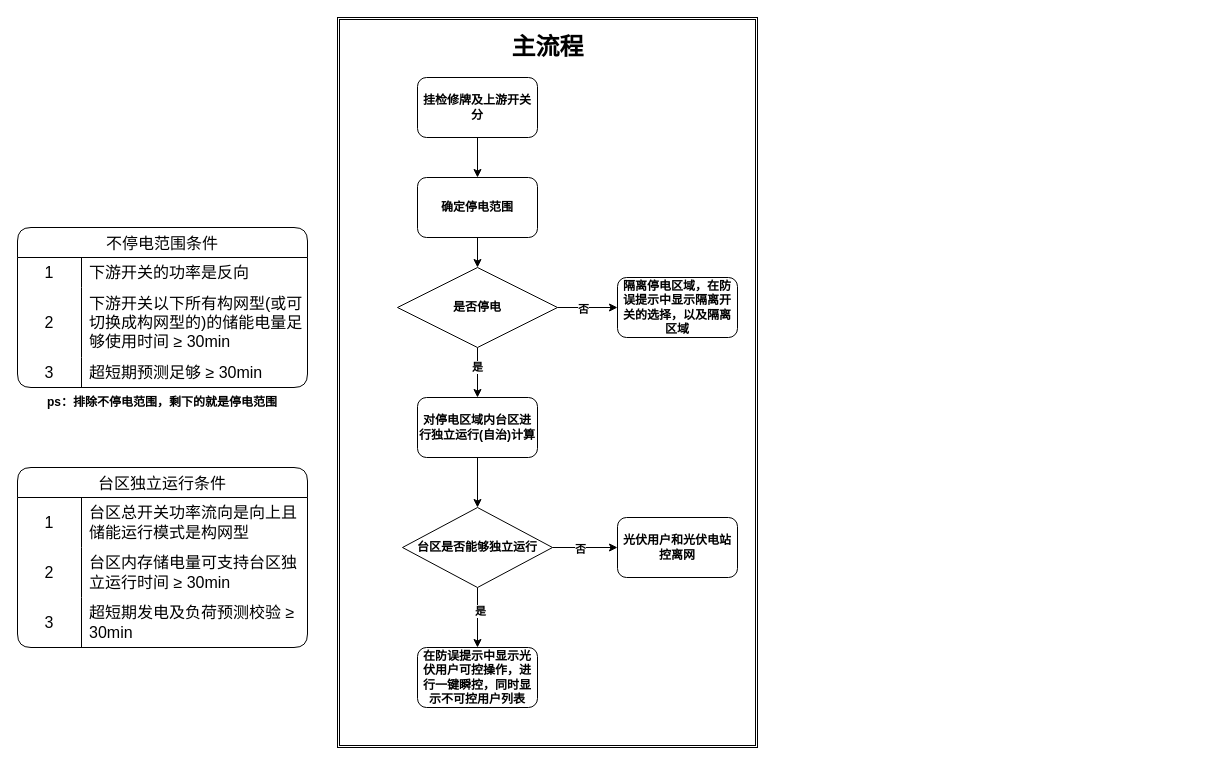
father-liang/draw.io keeps this draw.io diagram as 分布式光伏接入的操作控制防误.drawio. Above is the earlier version. Source tidied: cells renumbered, new cells numbered last; positions are measured from the earlier drawing's top-left corner, leaving out a move shared by most shapes. Both pictures are drawn from the tidied source at 100%, with x=0, y=0 at pixel (17, 17).
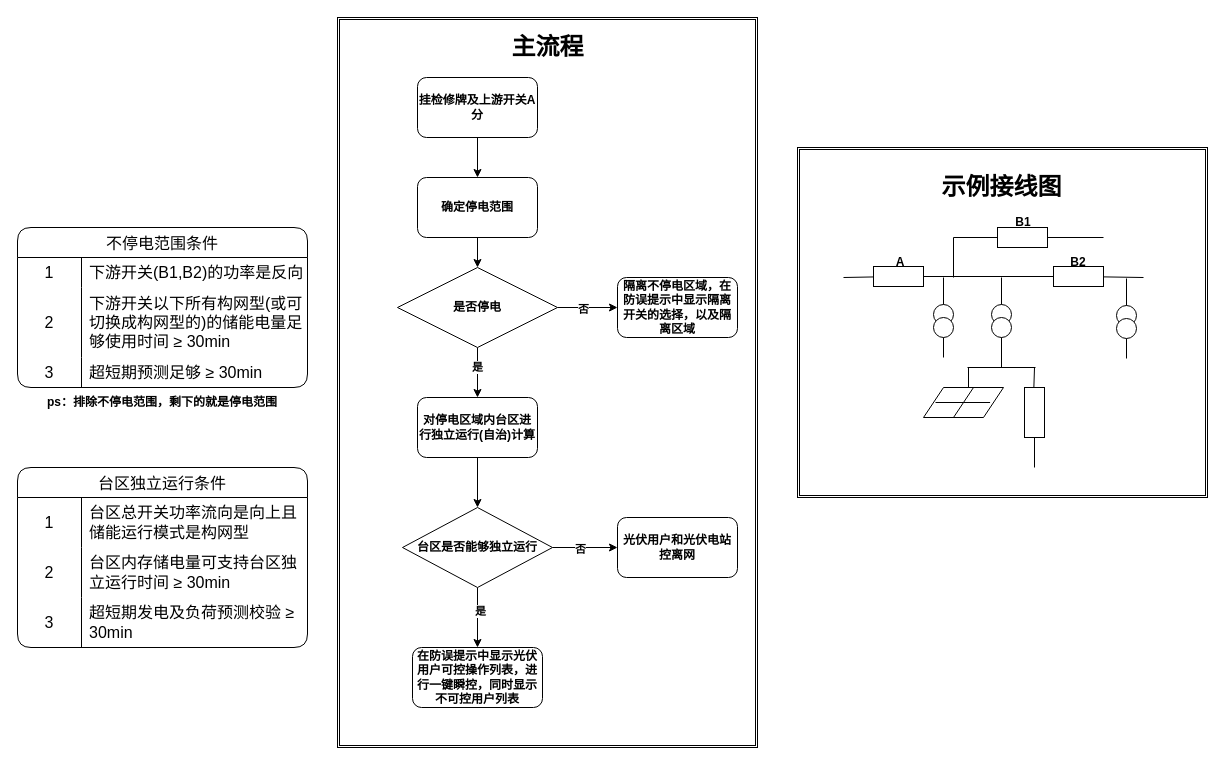
Above is the later version.

Commit message:
更新分布式光伏接入的操作控制防误.drawio

The change refers to these unchanged cells:
```xml
<mxCell id="23" style="shape=tableRow;horizontal=0;startSize=0;swimlaneHead=0;swimlaneBody=0;top=0;left=0;bottom=0;right=0;fillColor=none;strokeColor=inherit;fontSize=16;" parent="22" vertex="1">
  <mxGeometry y="30" width="290" height="30" as="geometry" />
</mxCell>
```

Change to the diagram source:
```diff
@@
+    <mxCell id="44" style="shape=ext;double=1;rounded=0;whiteSpace=wrap;html=1;fontStyle=1;" parent="1" vertex="1">
+      <mxGeometry x="780" y="130" width="410" height="350" as="geometry" />
+    </mxCell>
@@
-    <mxCell id="4" value="&lt;span&gt;挂检修牌及上游开关分&lt;/span&gt;" style="rounded=1;whiteSpace=wrap;html=1;fontStyle=1;" parent="1" vertex="1">
+    <mxCell id="4" value="&lt;span&gt;挂检修牌及上游开关A分&lt;/span&gt;" style="rounded=1;whiteSpace=wrap;html=1;fontStyle=1;" parent="1" vertex="1">
       <mxGeometry x="400" y="60" width="120" height="60" as="geometry" />
     </mxCell>
@@
-    <mxCell id="12" value="隔离停电区域，在防误提示中显示隔离开关的选择，以及隔离区域" style="whiteSpace=wrap;html=1;rounded=1;fontStyle=1;" parent="1" vertex="1">
+    <mxCell id="12" value="隔离不停电区域，在防误提示中显示隔离开关的选择，以及隔离区域" style="whiteSpace=wrap;html=1;rounded=1;fontStyle=1;" parent="1" vertex="1">
       <mxGeometry x="600" y="260" width="120" height="60" as="geometry" />
     </mxCell>
@@
-    <mxCell id="21" value="在防误提示中显示光伏用户可控操作，进行一键瞬控，同时显示不可控用户列表" style="whiteSpace=wrap;html=1;rounded=1;fontStyle=1;" parent="1" vertex="1">
-      <mxGeometry x="400" y="630" width="120" height="60" as="geometry" />
+    <mxCell id="21" value="在防误提示中显示光伏用户可控操作列表，进行一键瞬控，同时显示不可控用户列表" style="whiteSpace=wrap;html=1;rounded=1;fontStyle=1;" parent="1" vertex="1">
+      <mxGeometry x="395" y="630" width="130" height="60" as="geometry" />
     </mxCell>
@@
-    <mxCell id="25" value="下游开关的功率是反向" style="shape=partialRectangle;html=1;whiteSpace=wrap;fillColor=none;top=0;left=0;bottom=0;right=0;align=left;spacingLeft=6;overflow=hidden;strokeColor=inherit;fontSize=16;" parent="23" vertex="1">
+    <mxCell id="25" value="下游开关(B1,B2)的功率是反向" style="shape=partialRectangle;html=1;whiteSpace=wrap;fillColor=none;top=0;left=0;bottom=0;right=0;align=left;spacingLeft=6;overflow=hidden;strokeColor=inherit;fontSize=16;" parent="23" vertex="1">
       <mxGeometry x="64" width="226" height="30" as="geometry" />
     </mxCell>
@@
+    <mxCell id="45" style="endArrow=none;html=1;rounded=0;" parent="1" edge="1" source="49">
+      <mxGeometry relative="1" as="geometry">
+        <mxPoint x="1126" y="260" as="targetPoint" />
+      </mxGeometry>
+    </mxCell>
+    <mxCell id="46" style="endArrow=none;html=1;rounded=0;" parent="1" edge="1" target="47">
+      <mxGeometry relative="1" as="geometry">
+        <mxPoint x="826" y="260" as="sourcePoint" />
+      </mxGeometry>
+    </mxCell>
+    <mxCell id="47" style="rounded=0;whiteSpace=wrap;html=1;" parent="1" vertex="1">
+      <mxGeometry x="856" y="249" width="50" height="20" as="geometry" />
+    </mxCell>
+    <mxCell id="48" style="endArrow=none;html=1;rounded=0;" parent="1" edge="1" source="47" target="49">
+      <mxGeometry relative="1" as="geometry" />
+    </mxCell>
+    <mxCell id="49" style="rounded=0;whiteSpace=wrap;html=1;" parent="1" vertex="1">
+      <mxGeometry x="1036" y="249" width="50" height="20" as="geometry" />
+    </mxCell>
+    <mxCell id="50" style="endArrow=none;html=1;rounded=0;" parent="1" edge="1">
+      <mxGeometry relative="1" as="geometry">
+        <mxPoint x="936" y="260" as="sourcePoint" />
+        <mxPoint x="936" y="220" as="targetPoint" />
+      </mxGeometry>
+    </mxCell>
+    <mxCell id="51" style="endArrow=none;html=1;rounded=0;" parent="1" edge="1" source="53">
+      <mxGeometry relative="1" as="geometry">
+        <mxPoint x="1086" y="220" as="targetPoint" />
+      </mxGeometry>
+    </mxCell>
+    <mxCell id="52" style="endArrow=none;html=1;rounded=0;" parent="1" edge="1" target="53">
+      <mxGeometry relative="1" as="geometry">
+        <mxPoint x="936" y="220" as="sourcePoint" />
+      </mxGeometry>
+    </mxCell>
+    <mxCell id="53" style="rounded=0;whiteSpace=wrap;html=1;" parent="1" vertex="1">
+      <mxGeometry x="980" y="210" width="50" height="20" as="geometry" />
+    </mxCell>
+    <mxCell id="54" style="endArrow=none;html=1;rounded=0;" parent="1" edge="1">
+      <mxGeometry relative="1" as="geometry">
+        <mxPoint x="926" y="340" as="sourcePoint" />
+        <mxPoint x="926" y="260" as="targetPoint" />
+      </mxGeometry>
+    </mxCell>
+    <mxCell id="55" style="ellipse;whiteSpace=wrap;html=1;" parent="1" vertex="1">
+      <mxGeometry x="916" y="287" width="20" height="20" as="geometry" />
+    </mxCell>
+    <mxCell id="56" style="ellipse;whiteSpace=wrap;html=1;" parent="1" vertex="1">
+      <mxGeometry x="916" y="300" width="20" height="20" as="geometry" />
+    </mxCell>
+    <mxCell id="57" style="endArrow=none;html=1;rounded=0;" parent="1" edge="1">
+      <mxGeometry relative="1" as="geometry">
+        <mxPoint x="984" y="350" as="sourcePoint" />
+        <mxPoint x="984" y="260" as="targetPoint" />
+      </mxGeometry>
+    </mxCell>
+    <mxCell id="58" style="ellipse;whiteSpace=wrap;html=1;" parent="1" vertex="1">
+      <mxGeometry x="974" y="287" width="20" height="20" as="geometry" />
+    </mxCell>
+    <mxCell id="59" style="ellipse;whiteSpace=wrap;html=1;" parent="1" vertex="1">
+      <mxGeometry x="974" y="300" width="20" height="20" as="geometry" />
+    </mxCell>
+    <mxCell id="60" style="endArrow=none;html=1;rounded=0;" parent="1" edge="1">
+      <mxGeometry relative="1" as="geometry">
+        <mxPoint x="1109" y="341" as="sourcePoint" />
+        <mxPoint x="1109" y="261" as="targetPoint" />
+      </mxGeometry>
+    </mxCell>
+    <mxCell id="61" style="ellipse;whiteSpace=wrap;html=1;" parent="1" vertex="1">
+      <mxGeometry x="1099" y="288" width="20" height="20" as="geometry" />
+    </mxCell>
+    <mxCell id="62" style="ellipse;whiteSpace=wrap;html=1;" parent="1" vertex="1">
+      <mxGeometry x="1099" y="301" width="20" height="20" as="geometry" />
+    </mxCell>
+    <mxCell id="63" style="endArrow=none;html=1;rounded=0;" parent="1" edge="1">
+      <mxGeometry relative="1" as="geometry">
+        <mxPoint x="950" y="350" as="sourcePoint" />
+        <mxPoint x="1018" y="350" as="targetPoint" />
+      </mxGeometry>
+    </mxCell>
+    <mxCell id="64" style="endArrow=none;html=1;rounded=0;" parent="1" edge="1">
+      <mxGeometry relative="1" as="geometry">
+        <mxPoint x="951" y="370" as="sourcePoint" />
+        <mxPoint x="951" y="350" as="targetPoint" />
+      </mxGeometry>
+    </mxCell>
+    <mxCell id="65" style="endArrow=none;html=1;rounded=0;exitX=0.104;exitY=0.54;exitDx=0;exitDy=0;exitPerimeter=0;" parent="1" edge="1" source="67">
+      <mxGeometry relative="1" as="geometry">
+        <mxPoint x="1017" y="350" as="targetPoint" />
+      </mxGeometry>
+    </mxCell>
+    <mxCell id="66" style="endArrow=none;html=1;rounded=0;" parent="1" edge="1" target="67">
+      <mxGeometry relative="1" as="geometry">
+        <mxPoint x="1017" y="450" as="sourcePoint" />
+      </mxGeometry>
+    </mxCell>
+    <mxCell id="67" style="rounded=0;whiteSpace=wrap;html=1;direction=south;" parent="1" vertex="1">
+      <mxGeometry x="1007" y="370" width="20" height="50" as="geometry" />
+    </mxCell>
+    <mxCell id="68" style="shape=parallelogram;perimeter=parallelogramPerimeter;whiteSpace=wrap;html=1;fixedSize=1;" parent="1" vertex="1">
+      <mxGeometry x="906" y="370" width="80" height="30" as="geometry" />
+    </mxCell>
+    <mxCell id="69" style="endArrow=none;html=1;rounded=0;entryX=0.808;entryY=0.6;entryDx=0;entryDy=0;entryPerimeter=0;" parent="1" edge="1">
+      <mxGeometry relative="1" as="geometry">
+        <mxPoint x="918" y="385" as="sourcePoint" />
+        <mxPoint x="972.6" y="385" as="targetPoint" />
+      </mxGeometry>
+    </mxCell>
+    <mxCell id="70" style="endArrow=none;html=1;rounded=0;" parent="1" edge="1">
+      <mxGeometry relative="1" as="geometry">
+        <mxPoint x="936" y="400" as="sourcePoint" />
+        <mxPoint x="956" y="370" as="targetPoint" />
+      </mxGeometry>
+    </mxCell>
+    <mxCell id="71" value="&lt;b&gt;A&lt;/b&gt;" style="text;html=1;strokeColor=none;fillColor=none;align=center;verticalAlign=middle;whiteSpace=wrap;rounded=0;" parent="1" vertex="1">
+      <mxGeometry x="853" y="230" width="60" height="30" as="geometry" />
+    </mxCell>
+    <mxCell id="72" value="&lt;b&gt;B1&lt;/b&gt;" style="text;html=1;strokeColor=none;fillColor=none;align=center;verticalAlign=middle;whiteSpace=wrap;rounded=0;" parent="1" vertex="1">
+      <mxGeometry x="976" y="190" width="60" height="30" as="geometry" />
+    </mxCell>
+    <mxCell id="73" value="&lt;b&gt;B2&lt;/b&gt;" style="text;html=1;strokeColor=none;fillColor=none;align=center;verticalAlign=middle;whiteSpace=wrap;rounded=0;" parent="1" vertex="1">
+      <mxGeometry x="1031" y="230" width="60" height="30" as="geometry" />
+    </mxCell>
+    <mxCell id="74" value="示例接线图" style="text;strokeColor=none;fillColor=none;html=1;fontSize=24;fontStyle=1;verticalAlign=middle;align=center;" parent="1" vertex="1">
+      <mxGeometry x="934" y="150" width="100" height="40" as="geometry" />
+    </mxCell>
```
